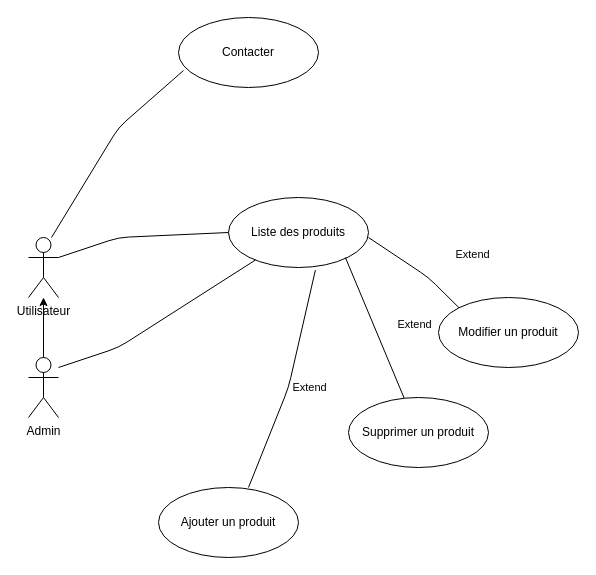
idrissou02/PPE3_KalikeCreation keeps this draw.io diagram as draw.dio. Above is the earlier version. Source tidied: cells renumbered, new cells numbered last; positions are measured from the earlier drawing's top-left corner, leaving out a move shared by most shapes. Both pictures are drawn from the tidied source at 100%, with x=0, y=0 at pixel (28, 17).
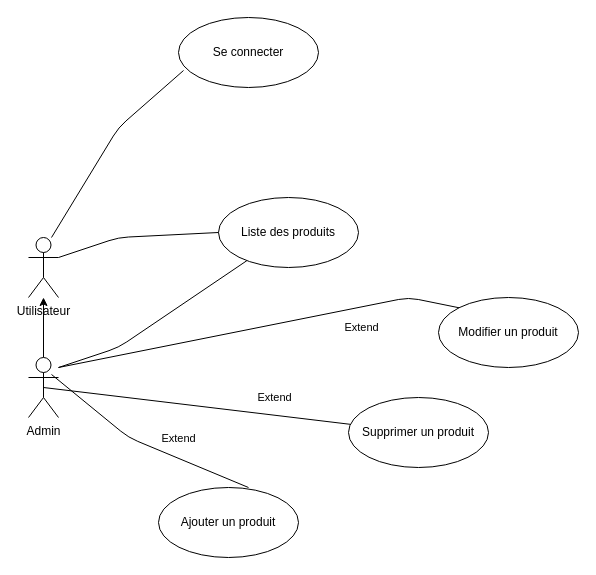
After the change.

Unchanged cells that the change refers to:
```xml
<mxCell id="6" value="Admin" style="shape=umlActor;verticalLabelPosition=bottom;verticalAlign=top;html=1;" parent="1" vertex="1">
  <mxGeometry y="340" width="30" height="60" as="geometry" />
</mxCell>
<mxCell id="13" value="Supprimer un produit" style="ellipse;whiteSpace=wrap;html=1;" parent="1" vertex="1">
  <mxGeometry x="320" y="380" width="140" height="70" as="geometry" />
</mxCell>
<mxCell id="14" value="Modifier un produit" style="ellipse;whiteSpace=wrap;html=1;" parent="1" vertex="1">
  <mxGeometry x="410" y="280" width="140" height="70" as="geometry" />
</mxCell>
```

What changed in the source:
```diff
@@
     <mxCell id="3" value="Liste des produits" style="ellipse;whiteSpace=wrap;html=1;" parent="1" vertex="1">
-      <mxGeometry x="200" y="180" width="140" height="70" as="geometry" />
+      <mxGeometry x="190" y="180" width="140" height="70" as="geometry" />
     </mxCell>
-    <mxCell id="4" value="Contacter" style="ellipse;whiteSpace=wrap;html=1;" parent="1" vertex="1">
+    <mxCell id="4" value="Se connecter" style="ellipse;whiteSpace=wrap;html=1;" parent="1" vertex="1">
       <mxGeometry x="150" width="140" height="70" as="geometry" />
     </mxCell>
@@
-    <mxCell id="11" style="endArrow=none;html=1;" parent="1" edge="1">
+    <mxCell id="11" style="endArrow=none;html=1;entryX=0.767;entryY=0.283;entryDx=0;entryDy=0;entryPerimeter=0;" parent="1" edge="1" target="6">
       <mxGeometry relative="1" as="geometry">
         <mxPoint x="220" y="470" as="sourcePoint" />
-        <mxPoint x="286.9" y="252.6" as="targetPoint" />
         <Array as="points">
-          <mxPoint x="260" y="370" />
+          <mxPoint x="100" y="420" />
         </Array>
       </mxGeometry>
     </mxCell>
     <mxCell id="12" value="Extend" style="edgeLabel;html=1;align=center;verticalAlign=middle;" parent="11" vertex="1">
       <mxGeometry x="-0.3" y="1" relative="1" as="geometry">
-        <mxPoint x="32" y="-26" as="offset" />
+        <mxPoint x="4" y="-20" as="offset" />
       </mxGeometry>
     </mxCell>
@@
-    <mxCell id="15" style="endArrow=none;html=1;" parent="1" edge="1" source="13">
-      <mxGeometry relative="1" as="geometry">
-        <mxPoint x="316.9" y="240" as="targetPoint" />
-      </mxGeometry>
+    <mxCell id="15" style="endArrow=none;html=1;entryX=0.5;entryY=0.5;entryDx=0;entryDy=0;entryPerimeter=0;" parent="1" edge="1" source="13" target="6">
+      <mxGeometry relative="1" as="geometry" />
     </mxCell>
     <mxCell id="16" value="Extend" style="edgeLabel;html=1;align=center;verticalAlign=middle;" parent="15" vertex="1">
       <mxGeometry x="-0.3" y="1" relative="1" as="geometry">
-        <mxPoint x="31" y="-26" as="offset" />
+        <mxPoint x="31" y="-15" as="offset" />
       </mxGeometry>
     </mxCell>
     <mxCell id="17" style="endArrow=none;html=1;exitX=0;exitY=0;exitDx=0;exitDy=0;" parent="1" edge="1" source="14">
       <mxGeometry relative="1" as="geometry">
-        <mxPoint x="340" y="220" as="targetPoint" />
+        <mxPoint x="30" y="350" as="targetPoint" />
         <Array as="points">
-          <mxPoint x="400" y="260" />
+          <mxPoint x="380" y="280" />
         </Array>
       </mxGeometry>
     </mxCell>
     <mxCell id="18" value="Extend" style="edgeLabel;html=1;align=center;verticalAlign=middle;" parent="17" vertex="1">
       <mxGeometry x="-0.3" y="1" relative="1" as="geometry">
-        <mxPoint x="42" y="-26" as="offset" />
+        <mxPoint x="42" y="11" as="offset" />
       </mxGeometry>
     </mxCell>
```
